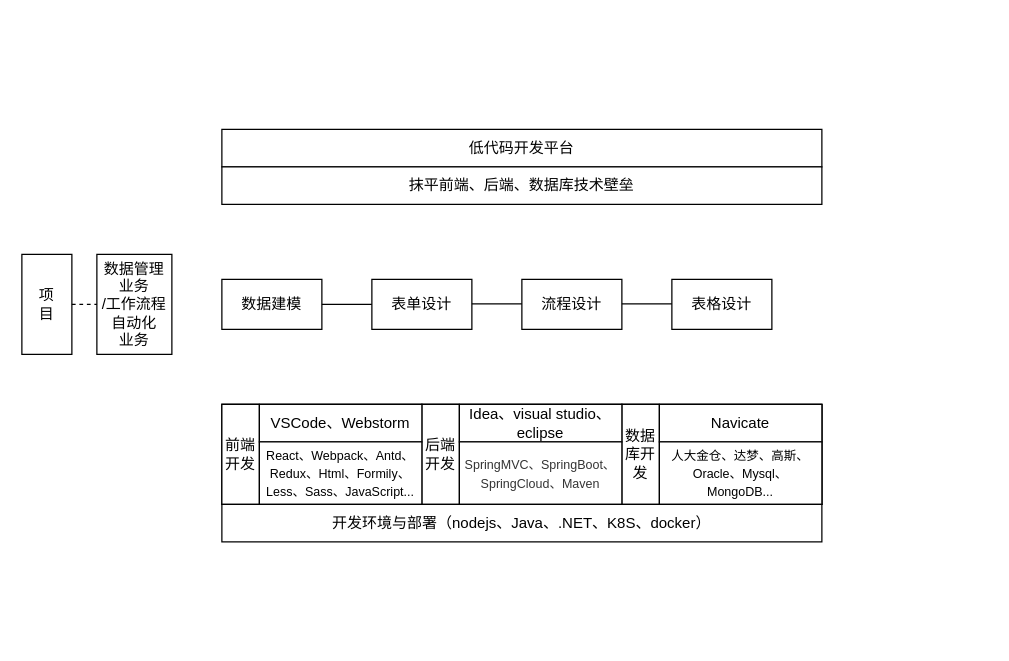
Above: 低——研究内容——平台赋能项目开发.drawio in tangyaosimida/love (draw.io), before the change. Source tidied: cells renumbered, new cells numbered last; positions are measured from the earlier drawing's top-left corner, leaving out a move shared by most shapes. Both pictures are drawn from the tidied source at 125%, with x=0, y=0 at pixel (21, 129).
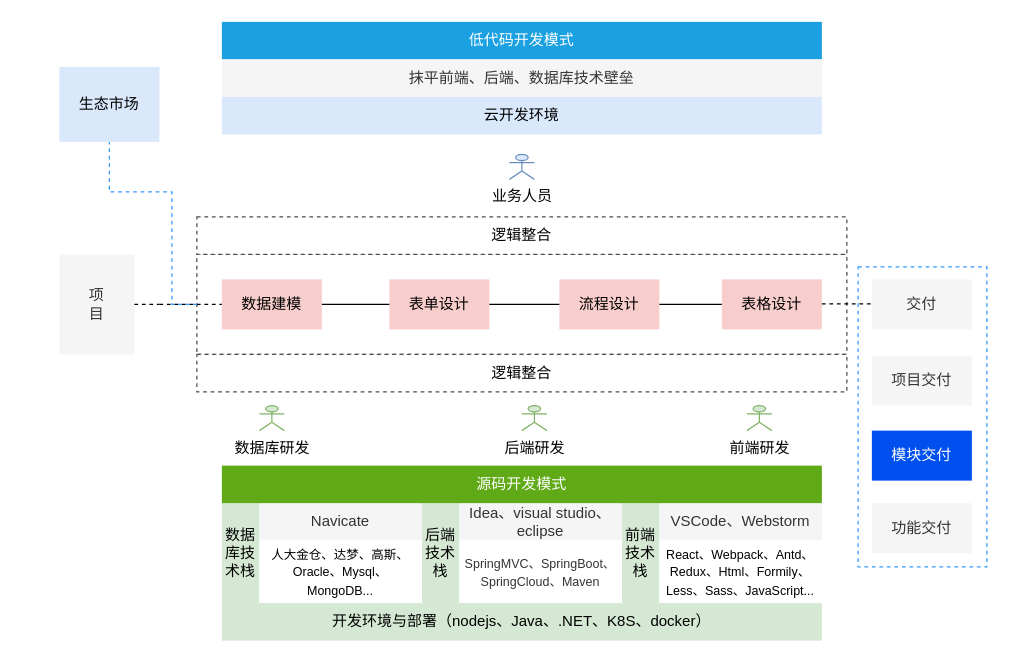
The same diagram, later.

Commit message:
更新低——研究内容——平台赋能项目开发.drawio

Change to the diagram source:
```diff
@@
+    <mxCell id="28" style="rounded=0;whiteSpace=wrap;html=1;dashed=1;strokeColor=#3399FF;" parent="1" vertex="1">
+      <mxGeometry x="669" y="110" width="103" height="240" as="geometry" />
+    </mxCell>
+    <mxCell id="29" style="rounded=0;whiteSpace=wrap;html=1;dashed=1;strokeColor=#4D4D4D;" parent="1" vertex="1">
+      <mxGeometry x="140" y="100" width="520" height="80" as="geometry" />
+    </mxCell>
-    <mxCell id="2" value="项&lt;div&gt;&lt;span style=&quot;background-color: initial;&quot;&gt;目&lt;/span&gt;&lt;/div&gt;" style="rounded=0;whiteSpace=wrap;html=1;" parent="1" vertex="1">
-      <mxGeometry y="100" width="40" height="80" as="geometry" />
+    <mxCell id="2" value="项&lt;div&gt;&lt;span style=&quot;background-color: initial;&quot;&gt;目&lt;/span&gt;&lt;/div&gt;" style="rounded=0;whiteSpace=wrap;html=1;fillColor=#f5f5f5;fontColor=#333333;strokeColor=none;" parent="1" vertex="1">
+      <mxGeometry x="30" y="100" width="60" height="80" as="geometry" />
     </mxCell>
-    <mxCell id="3" value="数据管理业务&lt;div&gt;/工作流程自动化&lt;/div&gt;&lt;div&gt;业务&lt;/div&gt;" style="rounded=0;whiteSpace=wrap;html=1;" parent="1" vertex="1">
-      <mxGeometry x="60" y="100" width="60" height="80" as="geometry" />
-    </mxCell>
-    <mxCell id="4" style="rounded=0;whiteSpace=wrap;html=1;" parent="1" vertex="1">
-      <mxGeometry x="160" y="220" width="480" height="80" as="geometry" />
+    <mxCell id="4" style="rounded=0;whiteSpace=wrap;html=1;strokeColor=none;" parent="1" vertex="1">
+      <mxGeometry x="160" y="299" width="480" height="80" as="geometry" />
     </mxCell>
-    <mxCell id="5" value="数据建模" style="rounded=0;whiteSpace=wrap;html=1;" parent="1" vertex="1">
+    <mxCell id="5" value="数据建模" style="rounded=0;whiteSpace=wrap;html=1;fillColor=#f8cecc;strokeColor=none;" parent="1" vertex="1">
       <mxGeometry x="160" y="120" width="80" height="40" as="geometry" />
     </mxCell>
-    <mxCell id="6" value="表单设计" style="rounded=0;whiteSpace=wrap;html=1;" parent="1" vertex="1">
-      <mxGeometry x="280" y="120" width="80" height="40" as="geometry" />
+    <mxCell id="6" value="表单设计" style="rounded=0;whiteSpace=wrap;html=1;fillColor=#f8cecc;strokeColor=none;" parent="1" vertex="1">
+      <mxGeometry x="294" y="120" width="80" height="40" as="geometry" />
     </mxCell>
-    <mxCell id="7" style="rounded=0;whiteSpace=wrap;html=1;" parent="1" vertex="1">
-      <mxGeometry x="160" y="220" width="160" height="80" as="geometry" />
+    <mxCell id="7" style="rounded=0;whiteSpace=wrap;html=1;strokeColor=none;" parent="1" vertex="1">
+      <mxGeometry x="480" y="299" width="160" height="80" as="geometry" />
     </mxCell>
-    <mxCell id="8" style="rounded=0;whiteSpace=wrap;html=1;" parent="1" vertex="1">
-      <mxGeometry x="320" y="220" width="160" height="80" as="geometry" />
+    <mxCell id="8" style="rounded=0;whiteSpace=wrap;html=1;strokeColor=none;" parent="1" vertex="1">
+      <mxGeometry x="320" y="299" width="160" height="80" as="geometry" />
     </mxCell>
-    <mxCell id="9" style="rounded=0;whiteSpace=wrap;html=1;" parent="1" vertex="1">
-      <mxGeometry x="480" y="220" width="160" height="80" as="geometry" />
+    <mxCell id="9" style="rounded=0;whiteSpace=wrap;html=1;strokeColor=none;" parent="1" vertex="1">
+      <mxGeometry x="160" y="299" width="160" height="80" as="geometry" />
     </mxCell>
-    <mxCell id="10" value="前端&lt;div&gt;开发&lt;/div&gt;" style="rounded=0;whiteSpace=wrap;html=1;" parent="1" vertex="1">
-      <mxGeometry x="160" y="220" width="30" height="80" as="geometry" />
+    <mxCell id="10" value="前端&lt;div&gt;技术栈&lt;/div&gt;" style="rounded=0;whiteSpace=wrap;html=1;fillColor=#d5e8d4;strokeColor=none;" parent="1" vertex="1">
+      <mxGeometry x="480" y="299" width="30" height="80" as="geometry" />
     </mxCell>
-    <mxCell id="11" value="后端&lt;div&gt;开发&lt;/div&gt;" style="rounded=0;whiteSpace=wrap;html=1;" parent="1" vertex="1">
-      <mxGeometry x="320" y="220" width="30" height="80" as="geometry" />
+    <mxCell id="11" value="后端&lt;div&gt;技术栈&lt;/div&gt;" style="rounded=0;whiteSpace=wrap;html=1;fillColor=#d5e8d4;strokeColor=none;" parent="1" vertex="1">
+      <mxGeometry x="320" y="299" width="30" height="80" as="geometry" />
     </mxCell>
-    <mxCell id="12" value="数据库开发" style="rounded=0;whiteSpace=wrap;html=1;" parent="1" vertex="1">
-      <mxGeometry x="480" y="220" width="30" height="80" as="geometry" />
+    <mxCell id="12" value="数据库技术栈" style="rounded=0;whiteSpace=wrap;html=1;fillColor=#d5e8d4;strokeColor=none;" parent="1" vertex="1">
+      <mxGeometry x="160" y="299" width="30" height="80" as="geometry" />
     </mxCell>
-    <mxCell id="13" value="VSCode、Webstorm" style="rounded=0;whiteSpace=wrap;html=1;" parent="1" vertex="1">
-      <mxGeometry x="190" y="220" width="130" height="30" as="geometry" />
+    <mxCell id="13" value="VSCode、Webstorm" style="rounded=0;whiteSpace=wrap;html=1;fillColor=#f5f5f5;fontColor=#333333;strokeColor=none;" parent="1" vertex="1">
+      <mxGeometry x="510" y="299" width="130" height="30" as="geometry" />
     </mxCell>
-    <mxCell id="14" value="Navicate" style="rounded=0;whiteSpace=wrap;html=1;" parent="1" vertex="1">
-      <mxGeometry x="510" y="220" width="130" height="30" as="geometry" />
+    <mxCell id="14" value="Navicate" style="rounded=0;whiteSpace=wrap;html=1;fillColor=#f5f5f5;fontColor=#333333;strokeColor=none;" parent="1" vertex="1">
+      <mxGeometry x="190" y="299" width="130" height="30" as="geometry" />
     </mxCell>
-    <mxCell id="15" value="Idea、visual studio、eclipse" style="rounded=0;whiteSpace=wrap;html=1;" parent="1" vertex="1">
-      <mxGeometry x="350" y="220" width="130" height="30" as="geometry" />
+    <mxCell id="15" value="Idea、visual studio、eclipse" style="rounded=0;whiteSpace=wrap;html=1;fillColor=#f5f5f5;fontColor=#333333;strokeColor=none;" parent="1" vertex="1">
+      <mxGeometry x="350" y="299" width="130" height="30" as="geometry" />
     </mxCell>
-    <mxCell id="16" value="&lt;font style=&quot;font-size: 10px;&quot;&gt;React、Webpack、Antd、Redux、Html、Formily、Less、Sass、JavaScript...&lt;/font&gt;" style="rounded=0;whiteSpace=wrap;html=1;" parent="1" vertex="1">
-      <mxGeometry x="190" y="250" width="130" height="50" as="geometry" />
+    <mxCell id="16" value="&lt;font style=&quot;font-size: 10px;&quot;&gt;React、Webpack、Antd、Redux、Html、Formily、Less、Sass、JavaScript...&lt;/font&gt;" style="rounded=0;whiteSpace=wrap;html=1;strokeColor=none;" parent="1" vertex="1">
+      <mxGeometry x="510" y="329" width="130" height="50" as="geometry" />
     </mxCell>
-    <mxCell id="17" value="&lt;span style=&quot;color: rgb(51, 51, 51); font-family: arial, verdana, helvetica, &amp;quot;PingFang SC&amp;quot;, &amp;quot;HanHei SC&amp;quot;, STHeitiSC-Light, &amp;quot;Microsoft Yahei&amp;quot;, sans-serif; text-align: justify; white-space-collapse: preserve; background-color: rgb(255, 255, 255);&quot;&gt;&lt;font style=&quot;font-size: 10px;&quot;&gt;SpringMVC、SpringBoot、SpringCloud、Maven&lt;/font&gt;&lt;/span&gt;" style="rounded=0;whiteSpace=wrap;html=1;" parent="1" vertex="1">
-      <mxGeometry x="350" y="250" width="130" height="50" as="geometry" />
+    <mxCell id="17" value="&lt;span style=&quot;color: rgb(51, 51, 51); font-family: arial, verdana, helvetica, &amp;quot;PingFang SC&amp;quot;, &amp;quot;HanHei SC&amp;quot;, STHeitiSC-Light, &amp;quot;Microsoft Yahei&amp;quot;, sans-serif; text-align: justify; white-space-collapse: preserve; background-color: rgb(255, 255, 255);&quot;&gt;&lt;font style=&quot;font-size: 10px;&quot;&gt;SpringMVC、SpringBoot、SpringCloud、Maven&lt;/font&gt;&lt;/span&gt;" style="rounded=0;whiteSpace=wrap;html=1;strokeColor=none;" parent="1" vertex="1">
+      <mxGeometry x="350" y="329" width="130" height="50" as="geometry" />
     </mxCell>
-    <mxCell id="18" value="&lt;font style=&quot;font-size: 10px;&quot;&gt;人大金仓、达梦、高斯、Oracle、Mysql、MongoDB...&lt;/font&gt;" style="rounded=0;whiteSpace=wrap;html=1;" parent="1" vertex="1">
-      <mxGeometry x="510" y="250" width="130" height="50" as="geometry" />
+    <mxCell id="18" value="&lt;font style=&quot;font-size: 10px;&quot;&gt;人大金仓、达梦、高斯、Oracle、Mysql、MongoDB...&lt;/font&gt;" style="rounded=0;whiteSpace=wrap;html=1;strokeColor=none;" parent="1" vertex="1">
+      <mxGeometry x="190" y="329" width="130" height="50" as="geometry" />
     </mxCell>
-    <mxCell id="19" value="开发环境与部署（nodejs、Java、.NET、K8S、docker&lt;span style=&quot;background-color: initial;&quot;&gt;）&lt;/span&gt;" style="rounded=0;whiteSpace=wrap;html=1;" parent="1" vertex="1">
-      <mxGeometry x="160" y="300" width="480" height="30" as="geometry" />
+    <mxCell id="19" value="开发环境与部署（nodejs、Java、.NET、K8S、docker&lt;span style=&quot;background-color: initial;&quot;&gt;）&lt;/span&gt;" style="rounded=0;whiteSpace=wrap;html=1;fillColor=#d5e8d4;strokeColor=none;" parent="1" vertex="1">
+      <mxGeometry x="160" y="379" width="480" height="30" as="geometry" />
     </mxCell>
-    <mxCell id="20" value="流程设计" style="rounded=0;whiteSpace=wrap;html=1;" parent="1" vertex="1">
-      <mxGeometry x="400" y="120" width="80" height="40" as="geometry" />
+    <mxCell id="20" value="流程设计" style="rounded=0;whiteSpace=wrap;html=1;fillColor=#f8cecc;strokeColor=none;" parent="1" vertex="1">
+      <mxGeometry x="430" y="120" width="80" height="40" as="geometry" />
     </mxCell>
-    <mxCell id="21" value="表格设计" style="rounded=0;whiteSpace=wrap;html=1;" parent="1" vertex="1">
-      <mxGeometry x="520" y="120" width="80" height="40" as="geometry" />
+    <mxCell id="21" value="表格设计" style="rounded=0;whiteSpace=wrap;html=1;fillColor=#f8cecc;strokeColor=none;" parent="1" vertex="1">
+      <mxGeometry x="560" y="120" width="80" height="40" as="geometry" />
     </mxCell>
-    <mxCell id="22" value="低代码开发平台" style="rounded=0;whiteSpace=wrap;html=1;" parent="1" vertex="1">
-      <mxGeometry x="160" width="480" height="30" as="geometry" />
+    <mxCell id="22" value="低代码开发模式" style="rounded=0;whiteSpace=wrap;html=1;fillColor=#1ba1e2;fontColor=#ffffff;strokeColor=none;" parent="1" vertex="1">
+      <mxGeometry x="160" y="-86" width="480" height="30" as="geometry" />
     </mxCell>
@@
-    <mxCell id="24" style="endArrow=none;dashed=1;html=1;rounded=0;exitX=1;exitY=0.5;exitDx=0;exitDy=0;entryX=0;entryY=0.5;entryDx=0;entryDy=0;" parent="1" edge="1" source="2" target="3">
-      <mxGeometry relative="1" as="geometry" />
+    <mxCell id="24" style="endArrow=none;dashed=1;html=1;rounded=0;exitX=1;exitY=0.5;exitDx=0;exitDy=0;" parent="1" edge="1" source="2">
+      <mxGeometry relative="1" as="geometry">
+        <mxPoint x="110" y="140" as="targetPoint" />
+      </mxGeometry>
     </mxCell>
-    <mxCell id="25" style="endArrow=none;html=1;rounded=0;exitX=1;exitY=0.5;exitDx=0;exitDy=0;entryX=0;entryY=0.5;entryDx=0;entryDy=0;" parent="1" edge="1">
-      <mxGeometry relative="1" as="geometry">
-        <mxPoint x="360" y="139.5" as="sourcePoint" />
-        <mxPoint x="400" y="139.5" as="targetPoint" />
-      </mxGeometry>
+    <mxCell id="25" style="endArrow=none;html=1;rounded=0;entryX=0;entryY=0.5;entryDx=0;entryDy=0;exitX=1;exitY=0.5;exitDx=0;exitDy=0;" parent="1" edge="1" source="6" target="20">
+      <mxGeometry relative="1" as="geometry" />
     </mxCell>
-    <mxCell id="26" style="endArrow=none;html=1;rounded=0;exitX=1;exitY=0.5;exitDx=0;exitDy=0;entryX=0;entryY=0.5;entryDx=0;entryDy=0;" parent="1" edge="1">
-      <mxGeometry relative="1" as="geometry">
-        <mxPoint x="480" y="139.5" as="sourcePoint" />
-        <mxPoint x="520" y="139.5" as="targetPoint" />
-      </mxGeometry>
+    <mxCell id="26" style="endArrow=none;html=1;rounded=0;exitX=1;exitY=0.5;exitDx=0;exitDy=0;entryX=0;entryY=0.5;entryDx=0;entryDy=0;" parent="1" edge="1" source="20" target="21">
+      <mxGeometry relative="1" as="geometry" />
     </mxCell>
-    <mxCell id="27" value="抹平前端、后端、数据库技术壁垒" style="rounded=0;whiteSpace=wrap;html=1;" parent="1" vertex="1">
-      <mxGeometry x="160" y="30" width="480" height="30" as="geometry" />
+    <mxCell id="27" value="抹平前端、后端、数据库技术壁垒" style="rounded=0;whiteSpace=wrap;html=1;fillColor=#f5f5f5;strokeColor=none;fontColor=#333333;" parent="1" vertex="1">
+      <mxGeometry x="160" y="-56" width="480" height="30" as="geometry" />
     </mxCell>
+    <mxCell id="30" value="数据库研发" style="shape=umlActor;verticalLabelPosition=bottom;verticalAlign=top;html=1;fillColor=#d5e8d4;strokeColor=#82b366;" parent="1" vertex="1">
+      <mxGeometry x="190" y="221" width="20" height="20" as="geometry" />
+    </mxCell>
+    <mxCell id="31" value="业务人员" style="shape=umlActor;verticalLabelPosition=bottom;verticalAlign=top;html=1;fillColor=#dae8fc;strokeColor=#6c8ebf;" parent="1" vertex="1">
+      <mxGeometry x="390" y="20" width="20" height="20" as="geometry" />
+    </mxCell>
+    <mxCell id="32" value="后端研发" style="shape=umlActor;verticalLabelPosition=bottom;verticalAlign=top;html=1;fillColor=#d5e8d4;strokeColor=#82b366;" parent="1" vertex="1">
+      <mxGeometry x="400" y="221" width="20" height="20" as="geometry" />
+    </mxCell>
+    <mxCell id="33" value="前端研发" style="shape=umlActor;verticalLabelPosition=bottom;verticalAlign=top;html=1;fillColor=#d5e8d4;strokeColor=#82b366;" parent="1" vertex="1">
+      <mxGeometry x="580" y="221" width="20" height="20" as="geometry" />
+    </mxCell>
+    <mxCell id="34" style="endArrow=none;dashed=1;html=1;rounded=0;exitX=1;exitY=0.5;exitDx=0;exitDy=0;entryX=0;entryY=0.5;entryDx=0;entryDy=0;" parent="1" edge="1" target="5">
+      <mxGeometry relative="1" as="geometry">
+        <mxPoint x="110" y="140" as="sourcePoint" />
+      </mxGeometry>
+    </mxCell>
+    <mxCell id="35" style="endArrow=none;dashed=1;html=1;rounded=0;exitX=1;exitY=0.5;exitDx=0;exitDy=0;entryX=0;entryY=0.5;entryDx=0;entryDy=0;" parent="1" edge="1">
+      <mxGeometry relative="1" as="geometry">
+        <mxPoint x="640" y="139.6" as="sourcePoint" />
+        <mxPoint x="680" y="139.6" as="targetPoint" />
+      </mxGeometry>
+    </mxCell>
+    <mxCell id="36" value="交付" style="rounded=0;whiteSpace=wrap;html=1;fillColor=#f5f5f5;fontColor=#333333;strokeColor=none;" parent="1" vertex="1">
+      <mxGeometry x="680" y="120" width="80" height="40" as="geometry" />
+    </mxCell>
+    <mxCell id="37" value="逻辑整合" style="rounded=0;whiteSpace=wrap;html=1;dashed=1;strokeColor=#4D4D4D;" parent="1" vertex="1">
+      <mxGeometry x="140" y="70" width="520" height="30" as="geometry" />
+    </mxCell>
+    <mxCell id="38" value="逻辑整合" style="rounded=0;whiteSpace=wrap;html=1;dashed=1;strokeColor=#4D4D4D;" parent="1" vertex="1">
+      <mxGeometry x="140" y="180" width="520" height="30" as="geometry" />
+    </mxCell>
+    <mxCell id="39" value="源码开发模式" style="rounded=0;whiteSpace=wrap;html=1;fillColor=#60a917;fontColor=#ffffff;strokeColor=none;" parent="1" vertex="1">
+      <mxGeometry x="160" y="269" width="480" height="30" as="geometry" />
+    </mxCell>
+    <mxCell id="40" value="生态市场" style="rounded=0;whiteSpace=wrap;html=1;fillColor=#dae8fc;strokeColor=none;" parent="1" vertex="1">
+      <mxGeometry x="30" y="-50" width="80" height="60" as="geometry" />
+    </mxCell>
+    <mxCell id="41" style="endArrow=none;dashed=1;html=1;rounded=0;entryX=0.5;entryY=1;entryDx=0;entryDy=0;exitX=0;exitY=0.5;exitDx=0;exitDy=0;strokeColor=#3399FF;" parent="1" edge="1" source="29" target="40">
+      <mxGeometry relative="1" as="geometry">
+        <Array as="points">
+          <mxPoint x="120" y="140" />
+          <mxPoint x="120" y="100" />
+          <mxPoint x="120" y="50" />
+          <mxPoint x="70" y="50" />
+        </Array>
+      </mxGeometry>
+    </mxCell>
+    <mxCell id="42" value="项目交付" style="rounded=0;whiteSpace=wrap;html=1;fillColor=#f5f5f5;fontColor=#333333;strokeColor=none;" parent="1" vertex="1">
+      <mxGeometry x="680" y="181" width="80" height="40" as="geometry" />
+    </mxCell>
+    <mxCell id="43" value="模块交付" style="rounded=0;whiteSpace=wrap;html=1;fillColor=#0050ef;fontColor=#ffffff;strokeColor=none;" parent="1" vertex="1">
+      <mxGeometry x="680" y="241" width="80" height="40" as="geometry" />
+    </mxCell>
+    <mxCell id="44" value="功能交付" style="rounded=0;whiteSpace=wrap;html=1;fillColor=#f5f5f5;fontColor=#333333;strokeColor=none;" parent="1" vertex="1">
+      <mxGeometry x="680" y="299" width="80" height="40" as="geometry" />
+    </mxCell>
+    <mxCell id="45" value="云开发环境" style="rounded=0;whiteSpace=wrap;html=1;fillColor=#dae8fc;strokeColor=none;" parent="1" vertex="1">
+      <mxGeometry x="160" y="-26" width="480" height="30" as="geometry" />
+    </mxCell>
```
